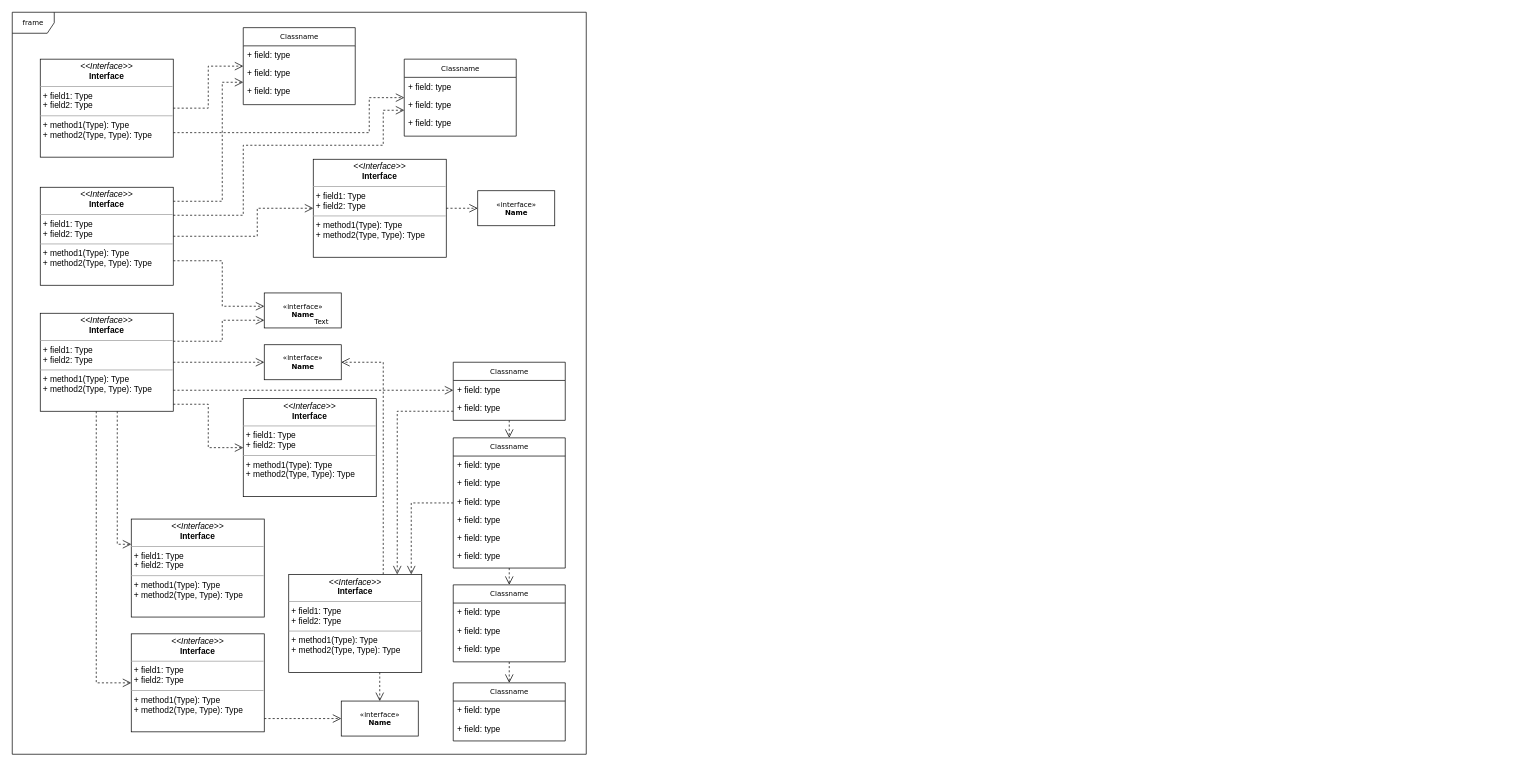
Above: 类图全部汇总.drawio in FJY321/111 (draw.io), before the change. Source tidied: cells renumbered, new cells numbered last; positions are measured from the earlier drawing's top-left corner, leaving out a move shared by most shapes. Both pictures are drawn from the tidied source at 70%, with x=0, y=0 at pixel (12, 12).
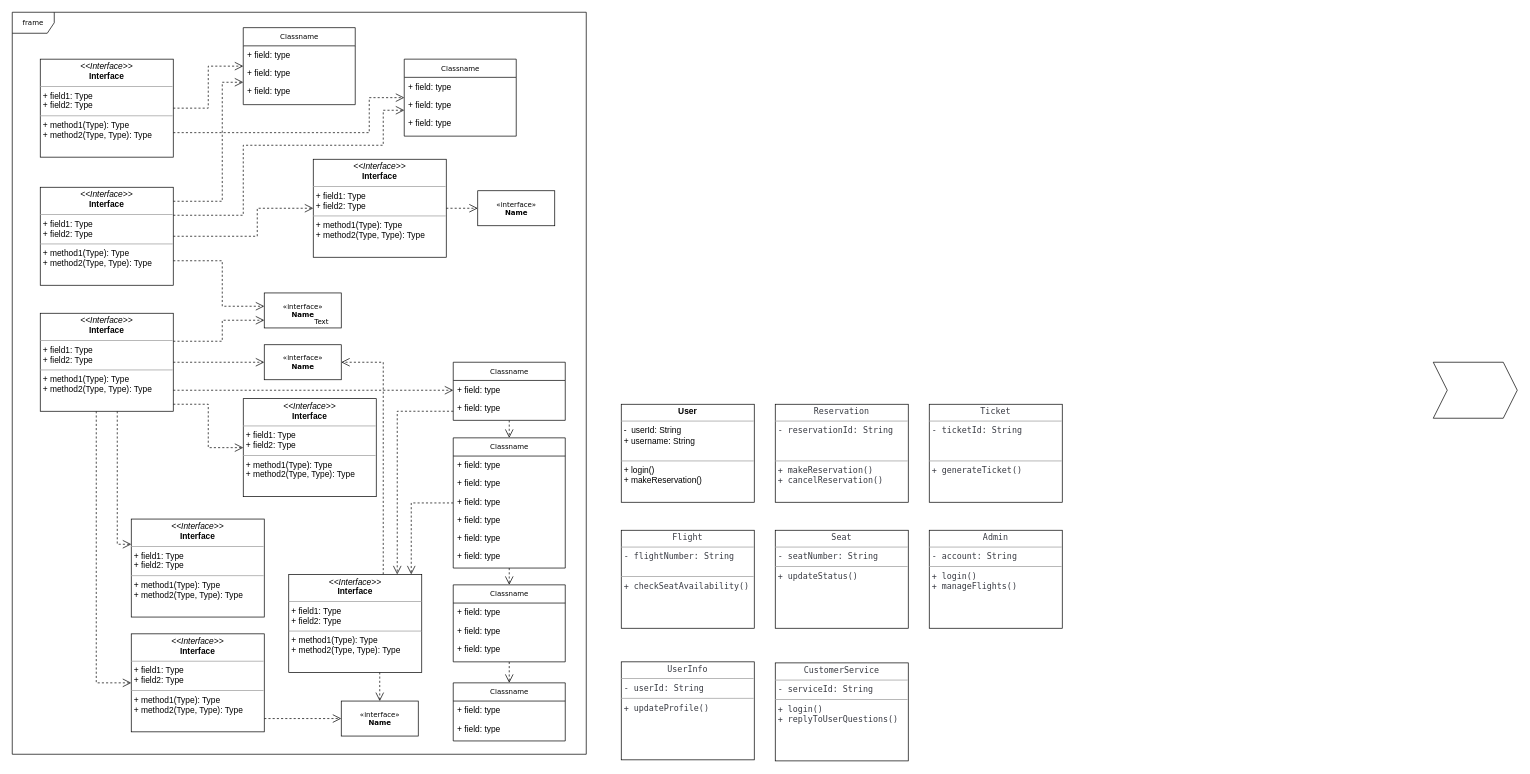
The same page after the edit.

Commit message:
更新类图全部汇总.drawio

What changed in the source:
```diff
@@
+    <mxCell id="62" style="shape=step;perimeter=stepPerimeter;whiteSpace=wrap;html=1;fixedSize=1;" parent="1" vertex="1">
+      <mxGeometry x="2030" y="500" width="120" height="80" as="geometry" />
+    </mxCell>
+    <mxCell id="63" value="&lt;p style=&quot;margin:0px;margin-top:4px;text-align:center;&quot;&gt;&lt;b&gt;User&lt;/b&gt;&lt;/p&gt;&lt;hr size=&quot;1&quot;&gt;&lt;p style=&quot;margin:0px;margin-left:4px;&quot;&gt;-&amp;nbsp; userId: String&lt;/p&gt;&lt;p style=&quot;margin:0px;margin-left:4px;&quot;&gt;+&amp;nbsp;username: String&lt;/p&gt;&lt;p style=&quot;margin:0px;margin-left:4px;&quot;&gt;&lt;br&gt;&lt;/p&gt;&lt;hr size=&quot;1&quot;&gt;&lt;p style=&quot;margin:0px;margin-left:4px;&quot;&gt;+ login()&lt;br&gt;+ makeReservation()&lt;/p&gt;" style="verticalAlign=top;align=left;overflow=fill;fontSize=12;fontFamily=Helvetica;html=1;rounded=0;shadow=0;comic=0;labelBackgroundColor=none;strokeWidth=1;" parent="1" vertex="1">
+      <mxGeometry x="870" y="560" width="190" height="140" as="geometry" />
+    </mxCell>
+    <mxCell id="64" value="&lt;p style=&quot;margin:0px;margin-top:4px;text-align:center;&quot;&gt;&lt;span style=&quot;color: rgb(56, 58, 66); font-family: ui-monospace, SFMono-Regular, &amp;quot;SF Mono&amp;quot;, Menlo, Consolas, &amp;quot;Liberation Mono&amp;quot;, monospace; font-size: 11.9px; text-align: start; white-space-collapse: preserve; background-color: rgb(255, 255, 255);&quot;&gt;Reservation&lt;/span&gt;&lt;/p&gt;&lt;hr size=&quot;1&quot;&gt;&lt;p style=&quot;margin:0px;margin-left:4px;&quot;&gt;&lt;span style=&quot;background-color: rgb(255, 255, 255); color: rgb(56, 58, 66); font-family: ui-monospace, SFMono-Regular, &amp;quot;SF Mono&amp;quot;, Menlo, Consolas, &amp;quot;Liberation Mono&amp;quot;, monospace; font-size: 11.9px; white-space-collapse: preserve;&quot;&gt;- reservationId: String&lt;/span&gt;&lt;/p&gt;&lt;p style=&quot;margin:0px;margin-left:4px;&quot;&gt;&lt;br&gt;&lt;/p&gt;&lt;p style=&quot;margin:0px;margin-left:4px;&quot;&gt;&lt;br&gt;&lt;/p&gt;&lt;hr size=&quot;1&quot;&gt;&lt;p style=&quot;margin:0px;margin-left:4px;&quot;&gt;&lt;span style=&quot;color: rgb(56, 58, 66); font-family: ui-monospace, SFMono-Regular, &amp;quot;SF Mono&amp;quot;, Menlo, Consolas, &amp;quot;Liberation Mono&amp;quot;, monospace; font-size: 11.9px; white-space-collapse: preserve; background-color: rgb(255, 255, 255);&quot;&gt;+ makeReservation()&lt;/span&gt;&lt;/p&gt;&lt;p style=&quot;margin:0px;margin-left:4px;&quot;&gt;&lt;span style=&quot;color: rgb(56, 58, 66); font-family: ui-monospace, SFMono-Regular, &amp;quot;SF Mono&amp;quot;, Menlo, Consolas, &amp;quot;Liberation Mono&amp;quot;, monospace; font-size: 11.9px; white-space-collapse: preserve; background-color: rgb(255, 255, 255);&quot;&gt;+ cancelReservation()&lt;/span&gt;&lt;span style=&quot;color: rgb(56, 58, 66); font-family: ui-monospace, SFMono-Regular, &amp;quot;SF Mono&amp;quot;, Menlo, Consolas, &amp;quot;Liberation Mono&amp;quot;, monospace; font-size: 11.9px; white-space-collapse: preserve; background-color: rgb(255, 255, 255);&quot;&gt;&lt;/span&gt;&lt;/p&gt;" style="verticalAlign=top;align=left;overflow=fill;fontSize=12;fontFamily=Helvetica;html=1;rounded=0;shadow=0;comic=0;labelBackgroundColor=none;strokeWidth=1;" parent="1" vertex="1">
+      <mxGeometry x="1090" y="560" width="190" height="140" as="geometry" />
+    </mxCell>
+    <mxCell id="65" value="&lt;p style=&quot;margin:0px;margin-top:4px;text-align:center;&quot;&gt;&lt;span style=&quot;color: rgb(56, 58, 66); font-family: ui-monospace, SFMono-Regular, &amp;quot;SF Mono&amp;quot;, Menlo, Consolas, &amp;quot;Liberation Mono&amp;quot;, monospace; font-size: 11.9px; text-align: start; white-space-collapse: preserve; background-color: rgb(255, 255, 255);&quot;&gt;Ticket&lt;/span&gt;&lt;/p&gt;&lt;hr size=&quot;1&quot;&gt;&lt;p style=&quot;margin:0px;margin-left:4px;&quot;&gt;&lt;span style=&quot;color: rgb(56, 58, 66); font-family: ui-monospace, SFMono-Regular, &amp;quot;SF Mono&amp;quot;, Menlo, Consolas, &amp;quot;Liberation Mono&amp;quot;, monospace; font-size: 11.9px; white-space-collapse: preserve; background-color: rgb(255, 255, 255);&quot;&gt;- ticketId: String&lt;/span&gt;&lt;/p&gt;&lt;p style=&quot;margin:0px;margin-left:4px;&quot;&gt;&lt;br&gt;&lt;/p&gt;&lt;p style=&quot;margin:0px;margin-left:4px;&quot;&gt;&lt;br&gt;&lt;/p&gt;&lt;hr size=&quot;1&quot;&gt;&lt;p style=&quot;margin:0px;margin-left:4px;&quot;&gt;&lt;span style=&quot;color: rgb(56, 58, 66); font-family: ui-monospace, SFMono-Regular, &amp;quot;SF Mono&amp;quot;, Menlo, Consolas, &amp;quot;Liberation Mono&amp;quot;, monospace; font-size: 11.9px; white-space-collapse: preserve; background-color: rgb(255, 255, 255);&quot;&gt;+ generateTicket()&lt;/span&gt;&lt;/p&gt;" style="verticalAlign=top;align=left;overflow=fill;fontSize=12;fontFamily=Helvetica;html=1;rounded=0;shadow=0;comic=0;labelBackgroundColor=none;strokeWidth=1;" parent="1" vertex="1">
+      <mxGeometry x="1310" y="560" width="190" height="140" as="geometry" />
+    </mxCell>
+    <mxCell id="66" value="&lt;p style=&quot;margin:0px;margin-top:4px;text-align:center;&quot;&gt;&lt;span style=&quot;color: rgb(56, 58, 66); font-family: ui-monospace, SFMono-Regular, &amp;quot;SF Mono&amp;quot;, Menlo, Consolas, &amp;quot;Liberation Mono&amp;quot;, monospace; font-size: 11.9px; text-align: start; white-space-collapse: preserve; background-color: rgb(255, 255, 255);&quot;&gt;Flight&lt;/span&gt;&lt;/p&gt;&lt;hr size=&quot;1&quot;&gt;&lt;p style=&quot;margin:0px;margin-left:4px;&quot;&gt;&lt;span style=&quot;color: rgb(56, 58, 66); font-family: ui-monospace, SFMono-Regular, &amp;quot;SF Mono&amp;quot;, Menlo, Consolas, &amp;quot;Liberation Mono&amp;quot;, monospace; font-size: 11.9px; white-space-collapse: preserve; background-color: rgb(255, 255, 255);&quot;&gt;- flightNumber: String&lt;/span&gt;&lt;/p&gt;&lt;p style=&quot;margin:0px;margin-left:4px;&quot;&gt;&lt;br&gt;&lt;/p&gt;&lt;hr size=&quot;1&quot;&gt;&lt;p style=&quot;margin:0px;margin-left:4px;&quot;&gt;&lt;span style=&quot;color: rgb(56, 58, 66); font-family: ui-monospace, SFMono-Regular, &amp;quot;SF Mono&amp;quot;, Menlo, Consolas, &amp;quot;Liberation Mono&amp;quot;, monospace; font-size: 11.9px; white-space-collapse: preserve; background-color: rgb(255, 255, 255);&quot;&gt;+ checkSeatAvailability()&lt;/span&gt;&lt;/p&gt;" style="verticalAlign=top;align=left;overflow=fill;fontSize=12;fontFamily=Helvetica;html=1;rounded=0;shadow=0;comic=0;labelBackgroundColor=none;strokeWidth=1;" parent="1" vertex="1">
+      <mxGeometry x="870" y="740" width="190" height="140" as="geometry" />
+    </mxCell>
+    <mxCell id="67" value="&lt;p style=&quot;margin:0px;margin-top:4px;text-align:center;&quot;&gt;&lt;span style=&quot;color: rgb(56, 58, 66); font-family: ui-monospace, SFMono-Regular, &amp;quot;SF Mono&amp;quot;, Menlo, Consolas, &amp;quot;Liberation Mono&amp;quot;, monospace; font-size: 11.9px; text-align: start; white-space-collapse: preserve; background-color: rgb(255, 255, 255);&quot;&gt;Seat&lt;/span&gt;&lt;/p&gt;&lt;hr size=&quot;1&quot;&gt;&lt;p style=&quot;margin:0px;margin-left:4px;&quot;&gt;&lt;span style=&quot;color: rgb(56, 58, 66); font-family: ui-monospace, SFMono-Regular, &amp;quot;SF Mono&amp;quot;, Menlo, Consolas, &amp;quot;Liberation Mono&amp;quot;, monospace; font-size: 11.9px; white-space-collapse: preserve; background-color: rgb(255, 255, 255);&quot;&gt;- seatNumber: String&lt;/span&gt;&lt;/p&gt;&lt;hr size=&quot;1&quot;&gt;&lt;p style=&quot;margin:0px;margin-left:4px;&quot;&gt;&lt;span style=&quot;color: rgb(56, 58, 66); font-family: ui-monospace, SFMono-Regular, &amp;quot;SF Mono&amp;quot;, Menlo, Consolas, &amp;quot;Liberation Mono&amp;quot;, monospace; font-size: 11.9px; white-space-collapse: preserve; background-color: rgb(255, 255, 255);&quot;&gt;+ updateStatus()&lt;/span&gt;&lt;/p&gt;" style="verticalAlign=top;align=left;overflow=fill;fontSize=12;fontFamily=Helvetica;html=1;rounded=0;shadow=0;comic=0;labelBackgroundColor=none;strokeWidth=1;" parent="1" vertex="1">
+      <mxGeometry x="1090" y="740" width="190" height="140" as="geometry" />
+    </mxCell>
+    <mxCell id="68" value="&lt;p style=&quot;margin:0px;margin-top:4px;text-align:center;&quot;&gt;&lt;span style=&quot;color: rgb(56, 58, 66); font-family: ui-monospace, SFMono-Regular, &amp;quot;SF Mono&amp;quot;, Menlo, Consolas, &amp;quot;Liberation Mono&amp;quot;, monospace; font-size: 11.9px; text-align: start; white-space-collapse: preserve; background-color: rgb(255, 255, 255);&quot;&gt;Admin&lt;/span&gt;&lt;/p&gt;&lt;hr size=&quot;1&quot;&gt;&lt;p style=&quot;margin:0px;margin-left:4px;&quot;&gt;&lt;span style=&quot;color: rgb(56, 58, 66); font-family: ui-monospace, SFMono-Regular, &amp;quot;SF Mono&amp;quot;, Menlo, Consolas, &amp;quot;Liberation Mono&amp;quot;, monospace; font-size: 11.9px; white-space-collapse: preserve; background-color: rgb(255, 255, 255);&quot;&gt;- account: String&lt;/span&gt;&lt;/p&gt;&lt;hr size=&quot;1&quot;&gt;&lt;p style=&quot;margin:0px;margin-left:4px;&quot;&gt;&lt;span style=&quot;color: rgb(56, 58, 66); font-family: ui-monospace, SFMono-Regular, &amp;quot;SF Mono&amp;quot;, Menlo, Consolas, &amp;quot;Liberation Mono&amp;quot;, monospace; font-size: 11.9px; white-space-collapse: preserve; background-color: rgb(255, 255, 255);&quot;&gt;+ login()&lt;/span&gt;&lt;/p&gt;&lt;p style=&quot;margin:0px;margin-left:4px;&quot;&gt;&lt;span style=&quot;color: rgb(56, 58, 66); font-family: ui-monospace, SFMono-Regular, &amp;quot;SF Mono&amp;quot;, Menlo, Consolas, &amp;quot;Liberation Mono&amp;quot;, monospace; font-size: 11.9px; white-space-collapse: preserve; background-color: rgb(255, 255, 255);&quot;&gt;+ manageFlights()&lt;/span&gt;&lt;span style=&quot;color: rgb(56, 58, 66); font-family: ui-monospace, SFMono-Regular, &amp;quot;SF Mono&amp;quot;, Menlo, Consolas, &amp;quot;Liberation Mono&amp;quot;, monospace; font-size: 11.9px; white-space-collapse: preserve; background-color: rgb(255, 255, 255);&quot;&gt;&lt;/span&gt;&lt;/p&gt;" style="verticalAlign=top;align=left;overflow=fill;fontSize=12;fontFamily=Helvetica;html=1;rounded=0;shadow=0;comic=0;labelBackgroundColor=none;strokeWidth=1;" parent="1" vertex="1">
+      <mxGeometry x="1310" y="740" width="190" height="140" as="geometry" />
+    </mxCell>
+    <mxCell id="69" value="&lt;p style=&quot;margin:0px;margin-top:4px;text-align:center;&quot;&gt;&lt;span style=&quot;color: rgb(56, 58, 66); font-family: ui-monospace, SFMono-Regular, &amp;quot;SF Mono&amp;quot;, Menlo, Consolas, &amp;quot;Liberation Mono&amp;quot;, monospace; font-size: 11.9px; text-align: start; white-space-collapse: preserve; background-color: rgb(255, 255, 255);&quot;&gt;UserInfo&lt;/span&gt;&lt;/p&gt;&lt;hr size=&quot;1&quot;&gt;&lt;p style=&quot;margin:0px;margin-left:4px;&quot;&gt;&lt;span style=&quot;color: rgb(56, 58, 66); font-family: ui-monospace, SFMono-Regular, &amp;quot;SF Mono&amp;quot;, Menlo, Consolas, &amp;quot;Liberation Mono&amp;quot;, monospace; font-size: 11.9px; white-space-collapse: preserve; background-color: rgb(255, 255, 255);&quot;&gt;- userId: String&lt;/span&gt;&lt;/p&gt;&lt;hr size=&quot;1&quot;&gt;&lt;p style=&quot;margin:0px;margin-left:4px;&quot;&gt;&lt;span style=&quot;color: rgb(56, 58, 66); font-family: ui-monospace, SFMono-Regular, &amp;quot;SF Mono&amp;quot;, Menlo, Consolas, &amp;quot;Liberation Mono&amp;quot;, monospace; font-size: 11.9px; white-space-collapse: preserve; background-color: rgb(255, 255, 255);&quot;&gt;+ updateProfile()&lt;/span&gt;&lt;/p&gt;" style="verticalAlign=top;align=left;overflow=fill;fontSize=12;fontFamily=Helvetica;html=1;rounded=0;shadow=0;comic=0;labelBackgroundColor=none;strokeWidth=1;" parent="1" vertex="1">
+      <mxGeometry x="870" y="928" width="190" height="140" as="geometry" />
+    </mxCell>
+    <mxCell id="70" value="&lt;p style=&quot;margin:0px;margin-top:4px;text-align:center;&quot;&gt;&lt;span style=&quot;color: rgb(56, 58, 66); font-family: ui-monospace, SFMono-Regular, &amp;quot;SF Mono&amp;quot;, Menlo, Consolas, &amp;quot;Liberation Mono&amp;quot;, monospace; font-size: 11.9px; text-align: start; white-space-collapse: preserve; background-color: rgb(255, 255, 255);&quot;&gt;CustomerService&lt;/span&gt;&lt;/p&gt;&lt;hr size=&quot;1&quot;&gt;&lt;p style=&quot;margin:0px;margin-left:4px;&quot;&gt;&lt;span style=&quot;color: rgb(56, 58, 66); font-family: ui-monospace, SFMono-Regular, &amp;quot;SF Mono&amp;quot;, Menlo, Consolas, &amp;quot;Liberation Mono&amp;quot;, monospace; font-size: 11.9px; white-space-collapse: preserve; background-color: rgb(255, 255, 255);&quot;&gt;- serviceId: String&lt;/span&gt;&lt;/p&gt;&lt;hr size=&quot;1&quot;&gt;&lt;p style=&quot;margin:0px;margin-left:4px;&quot;&gt;&lt;span style=&quot;color: rgb(56, 58, 66); font-family: ui-monospace, SFMono-Regular, &amp;quot;SF Mono&amp;quot;, Menlo, Consolas, &amp;quot;Liberation Mono&amp;quot;, monospace; font-size: 11.9px; white-space-collapse: preserve; background-color: rgb(255, 255, 255);&quot;&gt;+ login()&lt;/span&gt;&lt;/p&gt;&lt;p style=&quot;margin:0px;margin-left:4px;&quot;&gt;&lt;span style=&quot;color: rgb(56, 58, 66); font-family: ui-monospace, SFMono-Regular, &amp;quot;SF Mono&amp;quot;, Menlo, Consolas, &amp;quot;Liberation Mono&amp;quot;, monospace; font-size: 11.9px; white-space-collapse: preserve; background-color: rgb(255, 255, 255);&quot;&gt;+ replyToUserQuestions()&lt;/span&gt;&lt;span style=&quot;color: rgb(56, 58, 66); font-family: ui-monospace, SFMono-Regular, &amp;quot;SF Mono&amp;quot;, Menlo, Consolas, &amp;quot;Liberation Mono&amp;quot;, monospace; font-size: 11.9px; white-space-collapse: preserve; background-color: rgb(255, 255, 255);&quot;&gt;&lt;/span&gt;&lt;/p&gt;" style="verticalAlign=top;align=left;overflow=fill;fontSize=12;fontFamily=Helvetica;html=1;rounded=0;shadow=0;comic=0;labelBackgroundColor=none;strokeWidth=1;" parent="1" vertex="1">
+      <mxGeometry x="1090" y="929.5" width="190" height="140" as="geometry" />
+    </mxCell>
```
